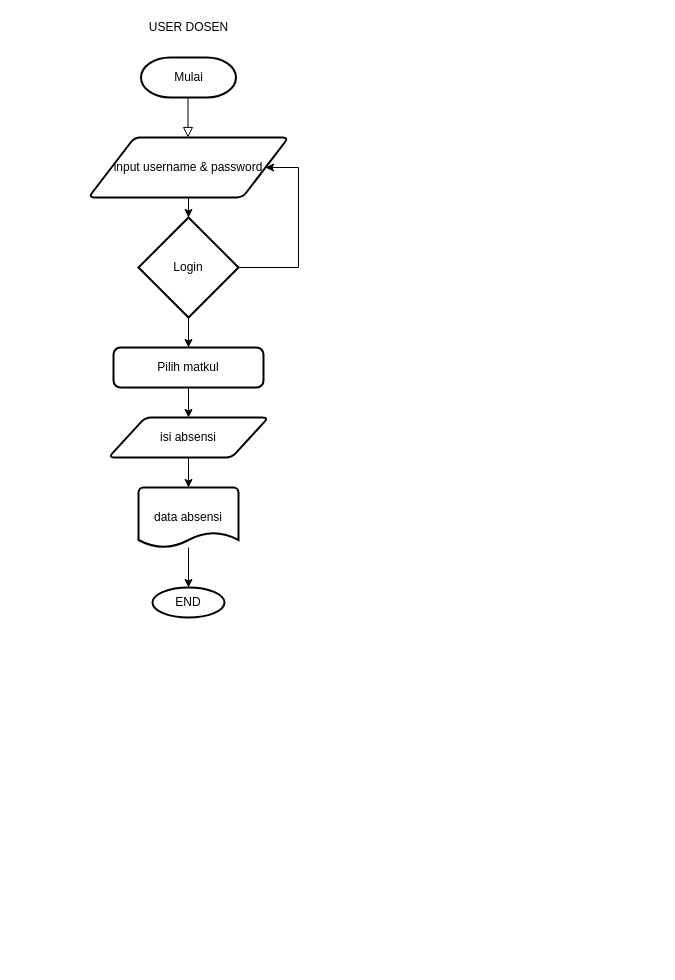
The draw.io diagram Untitled Diagram.drawio in wahyudi2920/afcticord_project, before the edit. Source tidied: cells renumbered, new cells numbered last; positions are measured from the earlier drawing's top-left corner, leaving out a move shared by most shapes. Both pictures are drawn from the tidied source at 100%, with x=0, y=0 at pixel (88, 17).
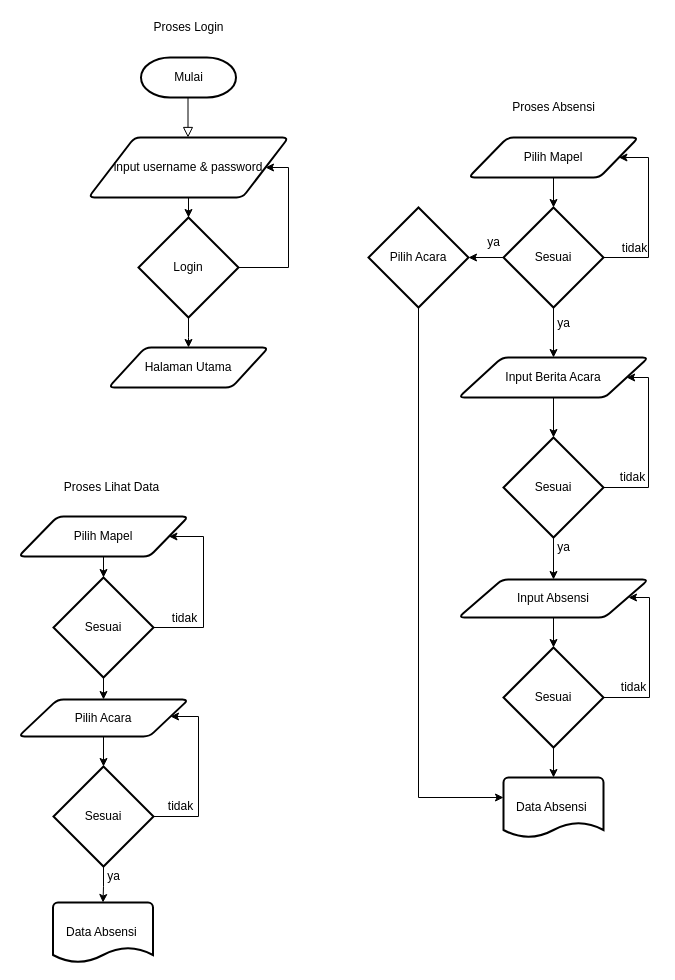
After the change.

Unchanged cells that the change refers to:
```xml
<mxCell id="5" value="input username &amp;amp; password" style="shape=parallelogram;html=1;strokeWidth=2;perimeter=parallelogramPerimeter;whiteSpace=wrap;rounded=1;arcSize=12;size=0.23;" parent="1" vertex="1">
  <mxGeometry y="120" width="200" height="60" as="geometry" />
</mxCell>
<mxCell id="8" value="Login" style="strokeWidth=2;html=1;shape=mxgraph.flowchart.decision;whiteSpace=wrap;" parent="1" vertex="1">
  <mxGeometry x="50" y="200" width="100" height="100" as="geometry" />
</mxCell>
```

The edit, as a diff of the source:
```diff
@@
-    <mxCell id="6" style="edgeStyle=orthogonalEdgeStyle;rounded=0;jettySize=auto;html=1;entryX=0.5;entryY=0;entryDx=0;entryDy=0;" parent="1" edge="1" source="8" target="10">
-      <mxGeometry relative="1" as="geometry" />
+    <mxCell id="6" style="edgeStyle=orthogonalEdgeStyle;rounded=0;jettySize=auto;html=1;entryX=0.5;entryY=0;entryDx=0;entryDy=0;" parent="1" edge="1" source="8">
+      <mxGeometry relative="1" as="geometry">
+        <mxPoint x="100" y="330" as="targetPoint" />
+      </mxGeometry>
     </mxCell>
     <mxCell id="7" style="edgeStyle=orthogonalEdgeStyle;rounded=0;jettySize=auto;html=1;entryX=1;entryY=0.5;entryDx=0;entryDy=0;exitX=1;exitY=0.5;exitDx=0;exitDy=0;exitPerimeter=0;" parent="1" edge="1" source="8" target="5">
       <mxGeometry relative="1" as="geometry">
         <Array as="points">
-          <mxPoint x="210" y="250" />
-          <mxPoint x="210" y="150" />
+          <mxPoint x="200" y="250" />
+          <mxPoint x="200" y="150" />
         </Array>
       </mxGeometry>
     </mxCell>
@@
-    <mxCell id="9" style="edgeStyle=orthogonalEdgeStyle;rounded=0;jettySize=auto;html=1;entryX=0.5;entryY=0;entryDx=0;entryDy=0;" parent="1" edge="1" source="10" target="12">
-      <mxGeometry relative="1" as="geometry" />
-    </mxCell>
-    <mxCell id="10" value="Pilih matkul" style="rounded=1;whiteSpace=wrap;html=1;absoluteArcSize=1;arcSize=14;strokeWidth=2;" parent="1" vertex="1">
-      <mxGeometry x="25" y="330" width="150" height="40" as="geometry" />
-    </mxCell>
-    <mxCell id="11" style="edgeStyle=orthogonalEdgeStyle;rounded=0;jettySize=auto;html=1;" parent="1" edge="1" source="12" target="14">
-      <mxGeometry relative="1" as="geometry" />
-    </mxCell>
-    <mxCell id="12" value="isi absensi" style="shape=parallelogram;html=1;strokeWidth=2;perimeter=parallelogramPerimeter;whiteSpace=wrap;rounded=1;arcSize=12;size=0.23;" parent="1" vertex="1">
-      <mxGeometry x="20" y="400" width="160" height="40" as="geometry" />
+    <mxCell id="12" value="Halaman Utama" style="shape=parallelogram;html=1;strokeWidth=2;perimeter=parallelogramPerimeter;whiteSpace=wrap;rounded=1;arcSize=12;size=0.23;" parent="1" vertex="1">
+      <mxGeometry x="20" y="330" width="160" height="40" as="geometry" />
     </mxCell>
-    <mxCell id="13" style="edgeStyle=orthogonalEdgeStyle;rounded=0;jettySize=auto;html=1;entryX=0.5;entryY=0;entryDx=0;entryDy=0;entryPerimeter=0;" parent="1" edge="1" source="14" target="15">
-      <mxGeometry relative="1" as="geometry" />
-    </mxCell>
-    <mxCell id="14" value="data absensi" style="strokeWidth=2;html=1;shape=mxgraph.flowchart.document2;whiteSpace=wrap;size=0.25;" parent="1" vertex="1">
-      <mxGeometry x="50" y="470" width="100" height="60" as="geometry" />
-    </mxCell>
-    <mxCell id="15" value="END" style="strokeWidth=2;html=1;shape=mxgraph.flowchart.start_1;whiteSpace=wrap;" parent="1" vertex="1">
-      <mxGeometry x="64" y="570" width="72" height="30" as="geometry" />
-    </mxCell>
-    <mxCell id="16" value="USER DOSEN" style="text;html=1;align=center;verticalAlign=middle;" parent="1" vertex="1">
-      <mxGeometry x="55" width="90" height="20" as="geometry" />
-    </mxCell>
+    <mxCell id="17" style="edgeStyle=orthogonalEdgeStyle;rounded=0;jettySize=auto;html=1;entryX=0.5;entryY=0;entryDx=0;entryDy=0;entryPerimeter=0;" parent="1" edge="1" source="18" target="22">
+      <mxGeometry relative="1" as="geometry" />
+    </mxCell>
+    <mxCell id="18" value="Pilih Mapel" style="shape=parallelogram;html=1;strokeWidth=2;perimeter=parallelogramPerimeter;whiteSpace=wrap;rounded=1;arcSize=12;size=0.23;" parent="1" vertex="1">
+      <mxGeometry x="380" y="120" width="170" height="40" as="geometry" />
+    </mxCell>
+    <mxCell id="19" style="edgeStyle=orthogonalEdgeStyle;rounded=0;jettySize=auto;html=1;entryX=1;entryY=0.5;entryDx=0;entryDy=0;exitX=1;exitY=0.5;exitDx=0;exitDy=0;exitPerimeter=0;" parent="1" edge="1" source="22" target="18">
+      <mxGeometry relative="1" as="geometry">
+        <Array as="points">
+          <mxPoint x="560" y="240" />
+          <mxPoint x="560" y="140" />
+        </Array>
+      </mxGeometry>
+    </mxCell>
+    <mxCell id="20" style="edgeStyle=orthogonalEdgeStyle;rounded=0;jettySize=auto;html=1;entryX=0.5;entryY=0;entryDx=0;entryDy=0;" parent="1" edge="1" source="22" target="26">
+      <mxGeometry relative="1" as="geometry" />
+    </mxCell>
+    <mxCell id="21" style="edgeStyle=orthogonalEdgeStyle;rounded=0;jettySize=auto;html=1;entryX=1;entryY=0.5;entryDx=0;entryDy=0;entryPerimeter=0;" parent="1" edge="1" source="22" target="40">
+      <mxGeometry relative="1" as="geometry" />
+    </mxCell>
+    <mxCell id="22" value="Sesuai" style="strokeWidth=2;html=1;shape=mxgraph.flowchart.decision;whiteSpace=wrap;" parent="1" vertex="1">
+      <mxGeometry x="415" y="190" width="100" height="100" as="geometry" />
+    </mxCell>
+    <mxCell id="23" value="tidak" style="text;html=1;align=center;verticalAlign=middle;" parent="1" vertex="1">
+      <mxGeometry x="526" y="221" width="40" height="20" as="geometry" />
+    </mxCell>
+    <mxCell id="24" value="ya" style="text;html=1;align=center;verticalAlign=middle;" parent="1" vertex="1">
+      <mxGeometry x="460" y="296" width="30" height="20" as="geometry" />
+    </mxCell>
+    <mxCell id="25" style="edgeStyle=orthogonalEdgeStyle;rounded=0;jettySize=auto;html=1;" parent="1" edge="1" source="26" target="29">
+      <mxGeometry relative="1" as="geometry" />
+    </mxCell>
+    <mxCell id="26" value="Input Berita Acara" style="shape=parallelogram;html=1;strokeWidth=2;perimeter=parallelogramPerimeter;whiteSpace=wrap;rounded=1;arcSize=12;size=0.23;" parent="1" vertex="1">
+      <mxGeometry x="370" y="340" width="190" height="40" as="geometry" />
+    </mxCell>
+    <mxCell id="27" style="edgeStyle=orthogonalEdgeStyle;rounded=0;jettySize=auto;html=1;entryX=1;entryY=0.5;entryDx=0;entryDy=0;" parent="1" edge="1" source="29" target="26">
+      <mxGeometry relative="1" as="geometry">
+        <Array as="points">
+          <mxPoint x="560" y="470" />
+          <mxPoint x="560" y="360" />
+        </Array>
+      </mxGeometry>
+    </mxCell>
+    <mxCell id="28" style="edgeStyle=orthogonalEdgeStyle;rounded=0;jettySize=auto;html=1;entryX=0.5;entryY=0;entryDx=0;entryDy=0;" parent="1" edge="1" source="29" target="32">
+      <mxGeometry relative="1" as="geometry" />
+    </mxCell>
+    <mxCell id="29" value="Sesuai" style="strokeWidth=2;html=1;shape=mxgraph.flowchart.decision;whiteSpace=wrap;" parent="1" vertex="1">
+      <mxGeometry x="415" y="420" width="100" height="100" as="geometry" />
+    </mxCell>
+    <mxCell id="30" value="tidak" style="text;html=1;align=center;verticalAlign=middle;" parent="1" vertex="1">
+      <mxGeometry x="524" y="450" width="40" height="20" as="geometry" />
+    </mxCell>
+    <mxCell id="31" style="edgeStyle=orthogonalEdgeStyle;rounded=0;jettySize=auto;html=1;entryX=0.5;entryY=0;entryDx=0;entryDy=0;entryPerimeter=0;" parent="1" edge="1" source="32" target="36">
+      <mxGeometry relative="1" as="geometry" />
+    </mxCell>
+    <mxCell id="32" value="Input Absensi" style="shape=parallelogram;html=1;strokeWidth=2;perimeter=parallelogramPerimeter;whiteSpace=wrap;rounded=1;arcSize=12;size=0.23;" parent="1" vertex="1">
+      <mxGeometry x="370" y="562" width="190" height="38" as="geometry" />
+    </mxCell>
+    <mxCell id="33" value="ya" style="text;html=1;align=center;verticalAlign=middle;" parent="1" vertex="1">
+      <mxGeometry x="460" y="520" width="30" height="20" as="geometry" />
+    </mxCell>
+    <mxCell id="34" style="edgeStyle=orthogonalEdgeStyle;rounded=0;orthogonalLoop=1;jettySize=auto;html=1;" parent="1" edge="1">
+      <mxGeometry relative="1" as="geometry">
+        <mxPoint x="511" y="680" as="sourcePoint" />
+        <mxPoint x="540" y="580" as="targetPoint" />
+        <Array as="points">
+          <mxPoint x="561" y="680" />
+          <mxPoint x="561" y="580" />
+        </Array>
+      </mxGeometry>
+    </mxCell>
+    <mxCell id="35" style="edgeStyle=orthogonalEdgeStyle;rounded=0;jettySize=auto;html=1;entryX=0.5;entryY=0;entryDx=0;entryDy=0;entryPerimeter=0;" parent="1" edge="1" source="36" target="38">
+      <mxGeometry relative="1" as="geometry" />
+    </mxCell>
+    <mxCell id="36" value="Sesuai" style="strokeWidth=2;html=1;shape=mxgraph.flowchart.decision;whiteSpace=wrap;" parent="1" vertex="1">
+      <mxGeometry x="415" y="630" width="100" height="100" as="geometry" />
+    </mxCell>
+    <mxCell id="37" value="tidak" style="text;html=1;align=center;verticalAlign=middle;" parent="1" vertex="1">
+      <mxGeometry x="525" y="660" width="40" height="20" as="geometry" />
+    </mxCell>
+    <mxCell id="38" value="Data Absensi&amp;nbsp;" style="strokeWidth=2;html=1;shape=mxgraph.flowchart.document2;whiteSpace=wrap;size=0.25;" parent="1" vertex="1">
+      <mxGeometry x="415" y="760" width="100" height="60" as="geometry" />
+    </mxCell>
+    <mxCell id="39" style="edgeStyle=orthogonalEdgeStyle;rounded=0;jettySize=auto;html=1;exitX=0.5;exitY=1;exitDx=0;exitDy=0;exitPerimeter=0;" parent="1" edge="1" source="40">
+      <mxGeometry relative="1" as="geometry">
+        <mxPoint x="415" y="780" as="targetPoint" />
+        <Array as="points">
+          <mxPoint x="330" y="780" />
+        </Array>
+      </mxGeometry>
+    </mxCell>
+    <mxCell id="40" value="Pilih Acara" style="strokeWidth=2;html=1;shape=mxgraph.flowchart.decision;whiteSpace=wrap;" parent="1" vertex="1">
+      <mxGeometry x="280" y="190" width="100" height="100" as="geometry" />
+    </mxCell>
+    <mxCell id="41" value="Proses Login" style="text;html=1;align=center;verticalAlign=middle;" parent="1" vertex="1">
+      <mxGeometry x="55" width="90" height="20" as="geometry" />
+    </mxCell>
+    <mxCell id="42" value="Proses Absensi" style="text;html=1;align=center;verticalAlign=middle;" parent="1" vertex="1">
+      <mxGeometry x="415" y="80" width="100" height="20" as="geometry" />
+    </mxCell>
+    <mxCell id="43" value="ya" style="text;html=1;align=center;verticalAlign=middle;" parent="1" vertex="1">
+      <mxGeometry x="390" y="215" width="30" height="20" as="geometry" />
+    </mxCell>
+    <mxCell id="44" style="edgeStyle=orthogonalEdgeStyle;rounded=0;jettySize=auto;html=1;entryX=0.5;entryY=0;entryDx=0;entryDy=0;entryPerimeter=0;" parent="1" edge="1" source="45" target="48">
+      <mxGeometry relative="1" as="geometry" />
+    </mxCell>
+    <mxCell id="45" value="Pilih Mapel" style="shape=parallelogram;html=1;strokeWidth=2;perimeter=parallelogramPerimeter;whiteSpace=wrap;rounded=1;arcSize=12;size=0.23;" parent="1" vertex="1">
+      <mxGeometry x="-70" y="499" width="170" height="40" as="geometry" />
+    </mxCell>
+    <mxCell id="46" style="edgeStyle=orthogonalEdgeStyle;rounded=0;jettySize=auto;html=1;entryX=1;entryY=0.5;entryDx=0;entryDy=0;exitX=1;exitY=0.5;exitDx=0;exitDy=0;exitPerimeter=0;" parent="1" edge="1" source="48" target="45">
+      <mxGeometry relative="1" as="geometry">
+        <Array as="points">
+          <mxPoint x="115" y="610" />
+          <mxPoint x="115" y="519" />
+        </Array>
+      </mxGeometry>
+    </mxCell>
+    <mxCell id="47" style="edgeStyle=orthogonalEdgeStyle;rounded=0;jettySize=auto;html=1;entryX=0.5;entryY=0;entryDx=0;entryDy=0;" parent="1" edge="1" source="48" target="52">
+      <mxGeometry relative="1" as="geometry" />
+    </mxCell>
+    <mxCell id="48" value="Sesuai" style="strokeWidth=2;html=1;shape=mxgraph.flowchart.decision;whiteSpace=wrap;" parent="1" vertex="1">
+      <mxGeometry x="-35" y="560" width="100" height="100" as="geometry" />
+    </mxCell>
+    <mxCell id="49" value="tidak" style="text;html=1;align=center;verticalAlign=middle;" parent="1" vertex="1">
+      <mxGeometry x="76" y="591" width="40" height="20" as="geometry" />
+    </mxCell>
+    <mxCell id="50" value="ya" style="text;html=1;align=center;verticalAlign=middle;" parent="1" vertex="1">
+      <mxGeometry x="10" y="849" width="30" height="20" as="geometry" />
+    </mxCell>
+    <mxCell id="51" style="edgeStyle=orthogonalEdgeStyle;rounded=0;jettySize=auto;html=1;entryX=0.5;entryY=0;entryDx=0;entryDy=0;entryPerimeter=0;" parent="1" edge="1" source="52" target="56">
+      <mxGeometry relative="1" as="geometry" />
+    </mxCell>
+    <mxCell id="52" value="Pilih Acara" style="shape=parallelogram;html=1;strokeWidth=2;perimeter=parallelogramPerimeter;whiteSpace=wrap;rounded=1;arcSize=12;size=0.23;" parent="1" vertex="1">
+      <mxGeometry x="-70" y="682" width="170" height="37" as="geometry" />
+    </mxCell>
+    <mxCell id="53" value="Data Absensi&amp;nbsp;" style="strokeWidth=2;html=1;shape=mxgraph.flowchart.document2;whiteSpace=wrap;size=0.25;" parent="1" vertex="1">
+      <mxGeometry x="-35.5" y="885" width="100" height="60" as="geometry" />
+    </mxCell>
+    <mxCell id="54" style="edgeStyle=orthogonalEdgeStyle;rounded=0;jettySize=auto;html=1;entryX=0.5;entryY=0;entryDx=0;entryDy=0;entryPerimeter=0;" parent="1" edge="1" source="56" target="53">
+      <mxGeometry relative="1" as="geometry" />
+    </mxCell>
+    <mxCell id="55" style="edgeStyle=orthogonalEdgeStyle;rounded=0;jettySize=auto;html=1;" parent="1" edge="1" source="56" target="52">
+      <mxGeometry relative="1" as="geometry">
+        <Array as="points">
+          <mxPoint x="110" y="799" />
+          <mxPoint x="110" y="699" />
+        </Array>
+      </mxGeometry>
+    </mxCell>
+    <mxCell id="56" value="Sesuai" style="strokeWidth=2;html=1;shape=mxgraph.flowchart.decision;whiteSpace=wrap;" parent="1" vertex="1">
+      <mxGeometry x="-35" y="749" width="100" height="100" as="geometry" />
+    </mxCell>
+    <mxCell id="57" value="tidak" style="text;html=1;align=center;verticalAlign=middle;" parent="1" vertex="1">
+      <mxGeometry x="72" y="779" width="40" height="20" as="geometry" />
+    </mxCell>
+    <mxCell id="58" value="Proses Lihat Data" style="text;html=1;align=center;verticalAlign=middle;" parent="1" vertex="1">
+      <mxGeometry x="-32" y="460" width="110" height="20" as="geometry" />
+    </mxCell>
```
